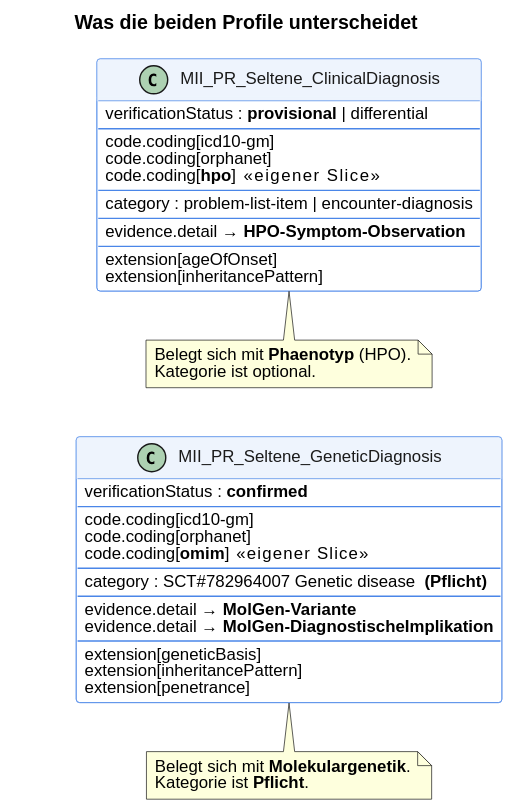
medizininformatik-initiative/kerndatensatzmodul-seltene-erkrankungen keeps this PlantUML diagram as input/images/diagnose-klinisch-vs-genetisch.svg. Above is the earlier version.
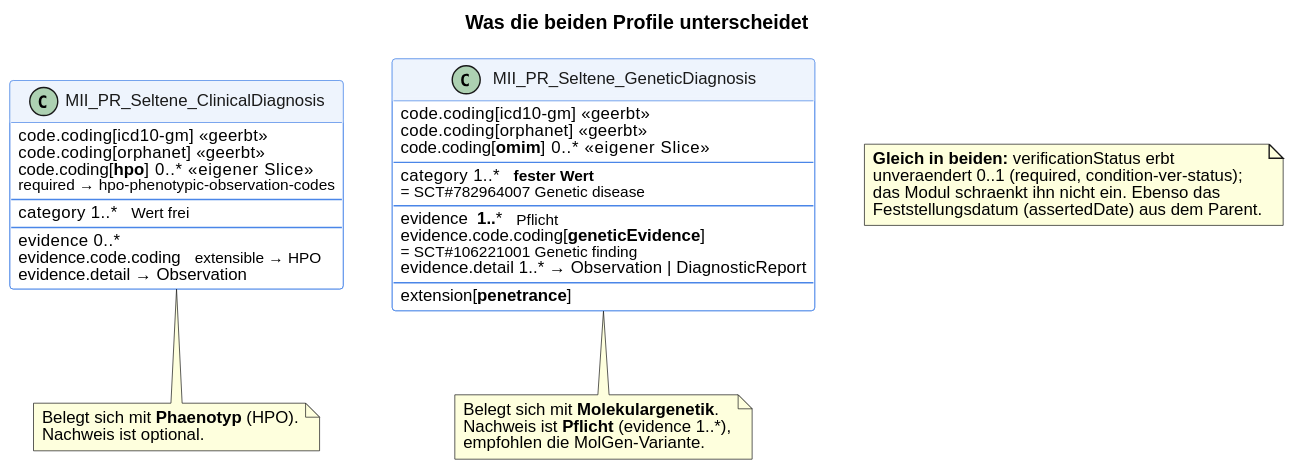
Later version of the same file.

Commit message:
fix(guide): Diagnose-Leitfaden gegen die Profile abgeglichen

Diff of the diagram source:
```diff
@@ -1,5 +1,4 @@
 @startuml
-left to right direction
 skinparam backgroundColor transparent
 skinparam shadowing false
 skinparam defaultFontName Helvetica
@@ -15,46 +14,51 @@
 title Was die beiden Profile unterscheidet
 
 class "MII_PR_Seltene_ClinicalDiagnosis" as C {
-  verificationStatus : **provisional** | differential
+  code.coding[icd10-gm]   << geerbt >>
+  code.coding[orphanet]   << geerbt >>
+  code.coding[**hpo**]  0..*   << eigener Slice >>
+  <size:11>required → hpo-phenotypic-observation-codes</size>
   --
-  code.coding[icd10-gm]
-  code.coding[orphanet]
-  code.coding[**hpo**]      << eigener Slice >>
+  category  1..*   <size:11>Wert frei</size>
   --
-  category : problem-list-item | encounter-diagnosis
-  --
-  evidence.detail → **HPO-Symptom-Observation**
-  --
-  extension[ageOfOnset]
-  extension[inheritancePattern]
+  evidence  0..*
+  evidence.code.coding   <size:11>extensible → HPO</size>
+  evidence.detail → Observation
 }
 
 class "MII_PR_Seltene_GeneticDiagnosis" as G {
-  verificationStatus : **confirmed**
+  code.coding[icd10-gm]   << geerbt >>
+  code.coding[orphanet]   << geerbt >>
+  code.coding[**omim**]  0..*   << eigener Slice >>
   --
-  code.coding[icd10-gm]
-  code.coding[orphanet]
-  code.coding[**omim**]     << eigener Slice >>
+  category  1..*   <size:11>**fester Wert**</size>
+  <size:11>= SCT#782964007 Genetic disease</size>
   --
-  category : SCT#782964007 Genetic disease  **(Pflicht)**
+  evidence  **1..***   <size:11>Pflicht</size>
+  evidence.code.coding[**geneticEvidence**]
+  <size:11>= SCT#106221001 Genetic finding</size>
+  evidence.detail  1..* → Observation | DiagnosticReport
   --
-  evidence.detail → **MolGen-Variante**
-  evidence.detail → **MolGen-DiagnostischeImplikation**
-  --
-  extension[geneticBasis]
-  extension[inheritancePattern]
-  extension[penetrance]
+  extension[**penetrance**]
 }
 
 C -[hidden]right-> G
 
 note bottom of C
   Belegt sich mit **Phaenotyp** (HPO).
-  Kategorie ist optional.
+  Nachweis ist optional.
 end note
 
 note bottom of G
   Belegt sich mit **Molekulargenetik**.
-  Kategorie ist **Pflicht**.
+  Nachweis ist **Pflicht** (evidence 1..*),
+  empfohlen die MolGen-Variante.
+end note
+
+note as N
+  **Gleich in beiden:** verificationStatus erbt
+  unveraendert 0..1 (required, condition-ver-status);
+  das Modul schraenkt ihn nicht ein. Ebenso das
+  Feststellungsdatum (assertedDate) aus dem Parent.
 end note
 @enduml
```
